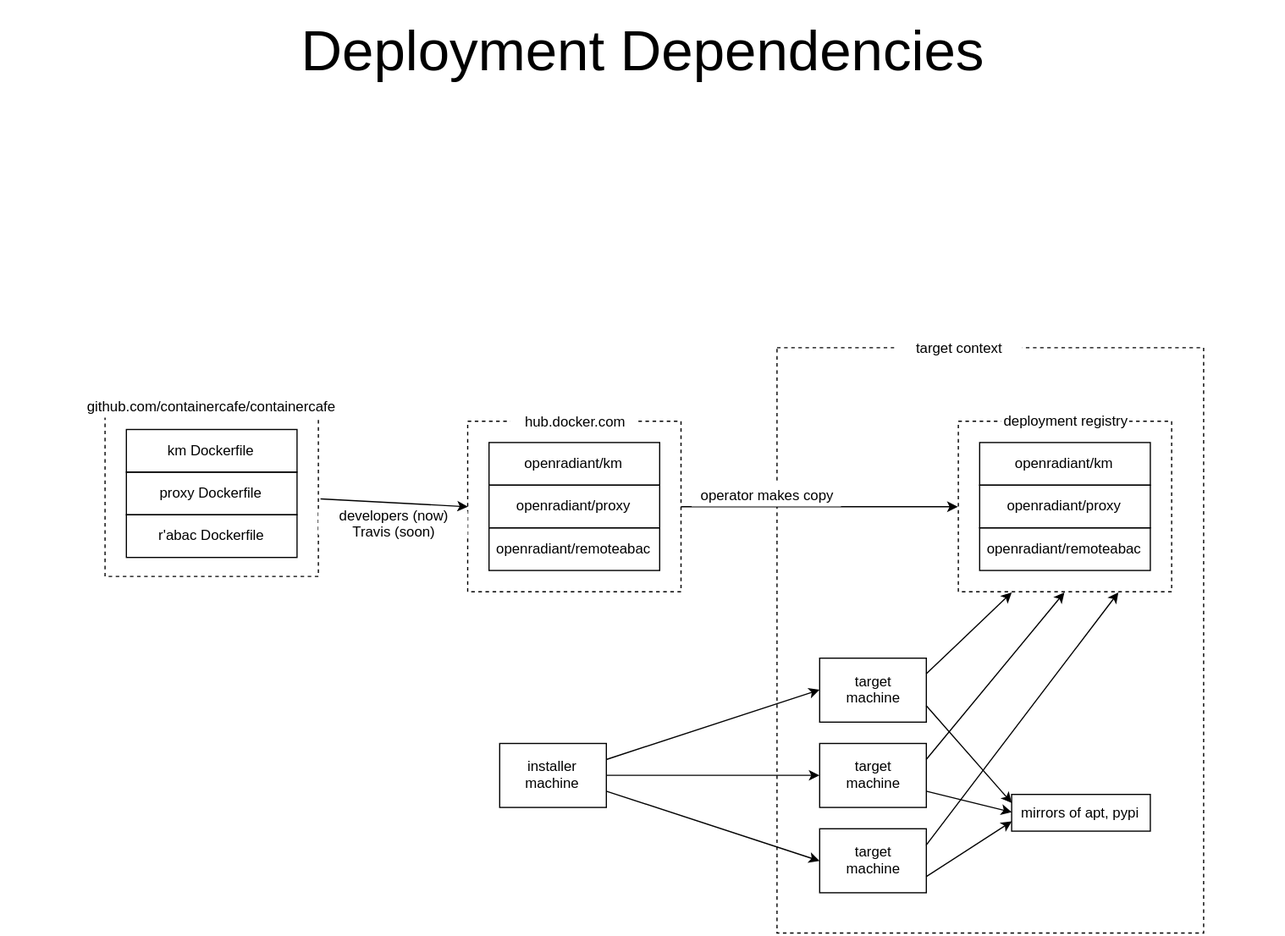
Above: docs/media/DeployDepends.svg in xingzhou/containercafe (draw.io), before the change. Source tidied: cells renumbered, new cells last; positions are measured from the earlier drawing's top-left corner, leaving out a move shared by most shapes. The source it was exported from:
```xml
<mxGraphModel background="#ffffff">
  <root>
    <mxCell id="0" />
    <mxCell id="1" parent="0" />
    <mxCell id="2" style="whiteSpace=wrap;html=1;rounded=0;shadow=0;comic=0;strokeColor=#000000;strokeWidth=1;fillColor=none;fontSize=12;fontColor=#000000;dashed=1;" parent="1" vertex="1">
      <mxGeometry x="654" y="292" width="360" height="494" as="geometry" />
    </mxCell>
    <mxCell id="3" style="whiteSpace=wrap;html=1;rounded=0;shadow=0;comic=0;strokeColor=#000000;strokeWidth=1;fillColor=none;fontSize=12;fontColor=#000000;dashed=1;" parent="1" vertex="1">
      <mxGeometry x="393" y="354" width="180" height="144" as="geometry" />
    </mxCell>
    <mxCell id="4" value="openradiant/km" style="whiteSpace=wrap;html=1;rounded=0;shadow=0;comic=0;strokeColor=#000000;strokeWidth=1;fillColor=none;fontSize=12;fontColor=#000000;" parent="1" vertex="1">
      <mxGeometry x="411" y="372" width="144" height="36" as="geometry" />
    </mxCell>
    <mxCell id="5" value="openradiant/proxy" style="whiteSpace=wrap;html=1;rounded=0;shadow=0;comic=0;strokeColor=#000000;strokeWidth=1;fillColor=none;fontSize=12;fontColor=#000000;" parent="1" vertex="1">
      <mxGeometry x="411" y="408" width="144" height="36" as="geometry" />
    </mxCell>
    <mxCell id="6" value="openradiant/remoteabac" style="whiteSpace=wrap;html=1;rounded=0;shadow=0;comic=0;strokeColor=#000000;strokeWidth=1;fillColor=none;fontSize=12;fontColor=#000000;" parent="1" vertex="1">
      <mxGeometry x="411" y="444" width="144" height="36" as="geometry" />
    </mxCell>
    <mxCell id="7" style="whiteSpace=wrap;html=1;rounded=0;shadow=0;comic=0;strokeColor=#000000;strokeWidth=1;fillColor=none;fontSize=12;fontColor=#000000;dashed=1;" parent="1" vertex="1">
      <mxGeometry x="807" y="354" width="180" height="144" as="geometry" />
    </mxCell>
    <mxCell id="8" value="openradiant/km" style="whiteSpace=wrap;html=1;rounded=0;shadow=0;comic=0;strokeColor=#000000;strokeWidth=1;fillColor=none;fontSize=12;fontColor=#000000;" parent="1" vertex="1">
      <mxGeometry x="825" y="372" width="144" height="36" as="geometry" />
    </mxCell>
    <mxCell id="9" value="openradiant/proxy" style="whiteSpace=wrap;html=1;rounded=0;shadow=0;comic=0;strokeColor=#000000;strokeWidth=1;fillColor=none;fontSize=12;fontColor=#000000;" parent="1" vertex="1">
      <mxGeometry x="825" y="408" width="144" height="36" as="geometry" />
    </mxCell>
    <mxCell id="10" value="openradiant/remoteabac" style="whiteSpace=wrap;html=1;rounded=0;shadow=0;comic=0;strokeColor=#000000;strokeWidth=1;fillColor=none;fontSize=12;fontColor=#000000;" parent="1" vertex="1">
      <mxGeometry x="825" y="444" width="144" height="36" as="geometry" />
    </mxCell>
    <mxCell id="11" value="hub.docker.com" style="text;html=1;strokeColor=none;fillColor=#ffffff;align=center;verticalAlign=middle;whiteSpace=wrap;rounded=0;shadow=0;comic=0;fontSize=12;fontColor=#000000;" parent="1" vertex="1">
      <mxGeometry x="429" y="344" width="108" height="20" as="geometry" />
    </mxCell>
    <mxCell id="12" value="deployment registry" style="text;html=1;strokeColor=none;fillColor=#ffffff;align=center;verticalAlign=middle;whiteSpace=wrap;rounded=0;shadow=0;comic=0;fontSize=12;fontColor=#000000;" parent="1" vertex="1">
      <mxGeometry x="843" y="343" width="108" height="20" as="geometry" />
    </mxCell>
    <mxCell id="13" value="installer machine" style="whiteSpace=wrap;html=1;rounded=0;shadow=0;comic=0;strokeColor=#000000;strokeWidth=1;fillColor=#ffffff;fontSize=12;fontColor=#000000;" parent="1" vertex="1">
      <mxGeometry x="420" y="626" width="90" height="54" as="geometry" />
    </mxCell>
    <mxCell id="14" value="target&lt;div&gt;machine&lt;/div&gt;" style="whiteSpace=wrap;html=1;rounded=0;shadow=0;comic=0;strokeColor=#000000;strokeWidth=1;fillColor=#ffffff;fontSize=12;fontColor=#000000;" parent="1" vertex="1">
      <mxGeometry x="690" y="554" width="90" height="54" as="geometry" />
    </mxCell>
    <mxCell id="15" value="target&lt;div&gt;machine&lt;/div&gt;" style="whiteSpace=wrap;html=1;rounded=0;shadow=0;comic=0;strokeColor=#000000;strokeWidth=1;fillColor=#ffffff;fontSize=12;fontColor=#000000;" parent="1" vertex="1">
      <mxGeometry x="690" y="626" width="90" height="54" as="geometry" />
    </mxCell>
    <mxCell id="16" value="target&lt;div&gt;machine&lt;/div&gt;" style="whiteSpace=wrap;html=1;rounded=0;shadow=0;comic=0;strokeColor=#000000;strokeWidth=1;fillColor=#ffffff;fontSize=12;fontColor=#000000;" parent="1" vertex="1">
      <mxGeometry x="690" y="698" width="90" height="54" as="geometry" />
    </mxCell>
    <mxCell id="17" style="endArrow=classic;html=1;strokeWidth=1;fontSize=12;fontColor=#000000;exitX=1;exitY=0.25;entryX=0.25;entryY=1;" parent="1" edge="1" source="14" target="7">
      <mxGeometry relative="1" as="geometry" />
    </mxCell>
    <mxCell id="18" style="endArrow=classic;html=1;strokeWidth=1;fontSize=12;fontColor=#000000;exitX=1;exitY=0.25;entryX=0.5;entryY=1;" parent="1" edge="1" source="15" target="7">
      <mxGeometry x="736" y="408" as="geometry" />
    </mxCell>
    <mxCell id="19" style="endArrow=classic;html=1;strokeWidth=1;fontSize=12;fontColor=#000000;exitX=1;exitY=0.25;entryX=0.75;entryY=1;" parent="1" edge="1" source="16" target="7">
      <mxGeometry x="745" y="417" as="geometry" />
    </mxCell>
    <mxCell id="20" style="endArrow=classic;html=1;strokeWidth=1;fontSize=12;fontColor=#000000;exitX=1;exitY=0.25;entryX=0;entryY=0.5;" parent="1" edge="1" source="13" target="14">
      <mxGeometry x="700" y="393" as="geometry" />
    </mxCell>
    <mxCell id="21" style="endArrow=classic;html=1;strokeWidth=1;fontSize=12;fontColor=#000000;exitX=1;exitY=0.5;entryX=0;entryY=0.5;" parent="1" edge="1" source="13" target="15">
      <mxGeometry x="709" y="402" as="geometry" />
    </mxCell>
    <mxCell id="22" style="endArrow=classic;html=1;strokeWidth=1;fontSize=12;fontColor=#000000;exitX=1;exitY=0.75;entryX=0;entryY=0.5;" parent="1" edge="1" source="13" target="16">
      <mxGeometry x="718" y="411" as="geometry" />
    </mxCell>
    <mxCell id="23" value="target context" style="text;html=1;strokeColor=none;fillColor=#ffffff;align=center;verticalAlign=middle;whiteSpace=wrap;rounded=0;shadow=0;comic=0;fontSize=12;fontColor=#000000;" parent="1" vertex="1">
      <mxGeometry x="753" y="282" width="108" height="20" as="geometry" />
    </mxCell>
    <mxCell id="24" value="mirrors of apt, pypi" style="text;html=1;strokeColor=#000000;fillColor=none;align=center;verticalAlign=middle;whiteSpace=wrap;rounded=0;shadow=0;comic=0;fontSize=12;fontColor=#000000;" parent="1" vertex="1">
      <mxGeometry x="852" y="669" width="117" height="31" as="geometry" />
    </mxCell>
    <mxCell id="25" style="endArrow=classic;html=1;strokeWidth=1;fontSize=12;fontColor=#000000;exitX=1;exitY=0.75;entryX=0;entryY=0.75;" parent="1" edge="1" source="16" target="24">
      <mxGeometry x="754" y="426" as="geometry" />
    </mxCell>
    <mxCell id="26" style="endArrow=classic;html=1;strokeWidth=1;fontSize=12;fontColor=#000000;exitX=1;exitY=0.75;entryX=0;entryY=0.5;" parent="1" edge="1" source="15" target="24">
      <mxGeometry x="763" y="435" as="geometry" />
    </mxCell>
    <mxCell id="27" style="endArrow=classic;html=1;strokeWidth=1;fontSize=12;fontColor=#000000;exitX=1;exitY=0.75;entryX=0;entryY=0.25;" parent="1" edge="1" source="14" target="24">
      <mxGeometry x="772" y="444" as="geometry" />
    </mxCell>
    <mxCell id="28" style="endArrow=classic;html=1;strokeWidth=1;fontSize=12;fontColor=#000000;exitX=1;exitY=0.5;entryX=0;entryY=0.5;" parent="1" edge="1" source="3" target="7">
      <mxGeometry x="709" y="402" as="geometry" />
    </mxCell>
    <mxCell id="29" value="operator makes copy" style="text;html=1;strokeColor=none;fillColor=#ffffff;align=center;verticalAlign=middle;whiteSpace=wrap;rounded=0;shadow=0;dashed=1;dashPattern=1 1;comic=0;fontSize=12;fontColor=#000000;" parent="1" vertex="1">
      <mxGeometry x="582" y="406" width="126" height="20" as="geometry" />
    </mxCell>
    <mxCell id="30" value="km Dockerfile" style="whiteSpace=wrap;html=1;rounded=0;shadow=0;comic=0;strokeColor=#000000;strokeWidth=1;fillColor=none;fontSize=12;fontColor=#000000;" parent="1" vertex="1">
      <mxGeometry x="105" y="361" width="144" height="36" as="geometry" />
    </mxCell>
    <mxCell id="31" value="proxy Dockerfile" style="whiteSpace=wrap;html=1;rounded=0;shadow=0;comic=0;strokeColor=#000000;strokeWidth=1;fillColor=none;fontSize=12;fontColor=#000000;" parent="1" vertex="1">
      <mxGeometry x="105" y="397" width="144" height="36" as="geometry" />
    </mxCell>
    <mxCell id="32" value="r'abac Dockerfile" style="whiteSpace=wrap;html=1;rounded=0;shadow=0;comic=0;strokeColor=#000000;strokeWidth=1;fillColor=none;fontSize=12;fontColor=#000000;" parent="1" vertex="1">
      <mxGeometry x="105" y="433" width="144" height="36" as="geometry" />
    </mxCell>
    <mxCell id="33" style="whiteSpace=wrap;html=1;rounded=0;shadow=0;comic=0;strokeColor=#000000;strokeWidth=1;fillColor=none;fontSize=12;fontColor=#000000;dashed=1;" parent="1" vertex="1">
      <mxGeometry x="87" y="341" width="180" height="144" as="geometry" />
    </mxCell>
    <mxCell id="34" value="github.com/containercafe/containercafe" style="text;html=1;strokeColor=none;fillColor=#ffffff;align=center;verticalAlign=middle;whiteSpace=wrap;rounded=0;shadow=0;comic=0;fontSize=12;fontColor=#000000;" parent="1" vertex="1">
      <mxGeometry x="69" y="331" width="216" height="20" as="geometry" />
    </mxCell>
    <mxCell id="35" style="endArrow=classic;html=1;strokeWidth=1;fontSize=12;fontColor=#000000;exitX=1.011;exitY=0.549;entryX=0;entryY=0.5;exitPerimeter=0;" parent="1" edge="1" source="33" target="3">
      <mxGeometry x="718" y="411" as="geometry" />
    </mxCell>
    <mxCell id="36" value="developers (now)&lt;div&gt;Travis (soon)&lt;/div&gt;" style="text;html=1;strokeColor=none;fillColor=#ffffff;align=center;verticalAlign=middle;whiteSpace=wrap;rounded=0;shadow=0;dashed=1;dashPattern=1 1;comic=0;fontSize=12;fontColor=#000000;" parent="1" vertex="1">
      <mxGeometry x="267" y="430" width="126" height="20" as="geometry" />
    </mxCell>
    <mxCell id="37" value="Deployment Dependencies" style="text;html=1;strokeColor=none;fillColor=none;align=center;verticalAlign=middle;whiteSpace=wrap;rounded=0;shadow=0;dashed=1;dashPattern=1 1;comic=0;fontSize=48;fontColor=#000000;" parent="1" vertex="1">
      <mxGeometry width="1080" height="81" as="geometry" />
    </mxCell>
  </root>
</mxGraphModel>
```
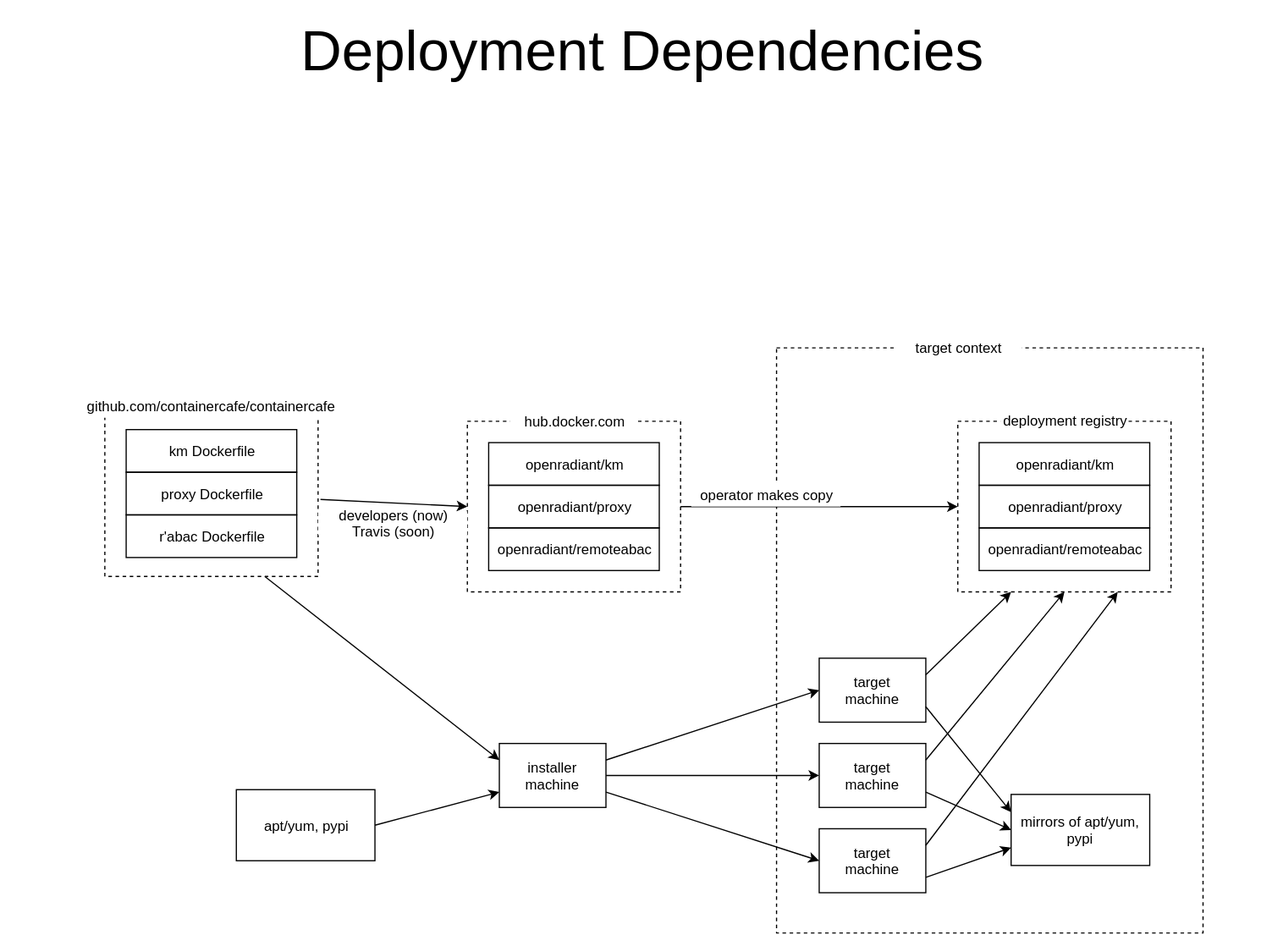
Later version of the same file.

Change to the diagram source:
```diff
@@ -68,8 +68,8 @@
     <mxCell id="23" value="target context" style="text;html=1;strokeColor=none;fillColor=#ffffff;align=center;verticalAlign=middle;whiteSpace=wrap;rounded=0;shadow=0;comic=0;fontSize=12;fontColor=#000000;" parent="1" vertex="1">
       <mxGeometry x="753" y="282" width="108" height="20" as="geometry" />
     </mxCell>
-    <mxCell id="24" value="mirrors of apt, pypi" style="text;html=1;strokeColor=#000000;fillColor=none;align=center;verticalAlign=middle;whiteSpace=wrap;rounded=0;shadow=0;comic=0;fontSize=12;fontColor=#000000;" parent="1" vertex="1">
-      <mxGeometry x="852" y="669" width="117" height="31" as="geometry" />
+    <mxCell id="24" value="mirrors of apt/yum, pypi" style="text;html=1;strokeColor=#000000;fillColor=none;align=center;verticalAlign=middle;whiteSpace=wrap;rounded=0;shadow=0;comic=0;fontSize=12;fontColor=#000000;" parent="1" vertex="1">
+      <mxGeometry x="852" y="669" width="117" height="60" as="geometry" />
     </mxCell>
     <mxCell id="25" style="endArrow=classic;html=1;strokeWidth=1;fontSize=12;fontColor=#000000;exitX=1;exitY=0.75;entryX=0;entryY=0.75;" parent="1" edge="1" source="16" target="24">
       <mxGeometry x="754" y="426" as="geometry" />
@@ -110,5 +110,14 @@
     <mxCell id="37" value="Deployment Dependencies" style="text;html=1;strokeColor=none;fillColor=none;align=center;verticalAlign=middle;whiteSpace=wrap;rounded=0;shadow=0;dashed=1;dashPattern=1 1;comic=0;fontSize=48;fontColor=#000000;" parent="1" vertex="1">
       <mxGeometry width="1080" height="81" as="geometry" />
     </mxCell>
+    <mxCell id="38" style="endArrow=classic;html=1;strokeWidth=1;fontSize=12;fontColor=#000000;exitX=0.75;exitY=1;entryX=0;entryY=0.25;" parent="1" edge="1" source="33" target="13">
+      <mxGeometry x="727" y="420" as="geometry" />
+    </mxCell>
+    <mxCell id="39" value="apt/yum, pypi" style="text;html=1;strokeColor=#000000;fillColor=none;align=center;verticalAlign=middle;whiteSpace=wrap;rounded=0;shadow=0;comic=0;fontSize=12;fontColor=#000000;" parent="1" vertex="1">
+      <mxGeometry x="198" y="665" width="117" height="60" as="geometry" />
+    </mxCell>
+    <mxCell id="40" style="endArrow=classic;html=1;strokeWidth=1;fontSize=12;fontColor=#000000;exitX=1;exitY=0.5;entryX=0;entryY=0.75;" parent="1" edge="1" source="39" target="13">
+      <mxGeometry x="736" y="429" as="geometry" />
+    </mxCell>
   </root>
 </mxGraphModel>
```
